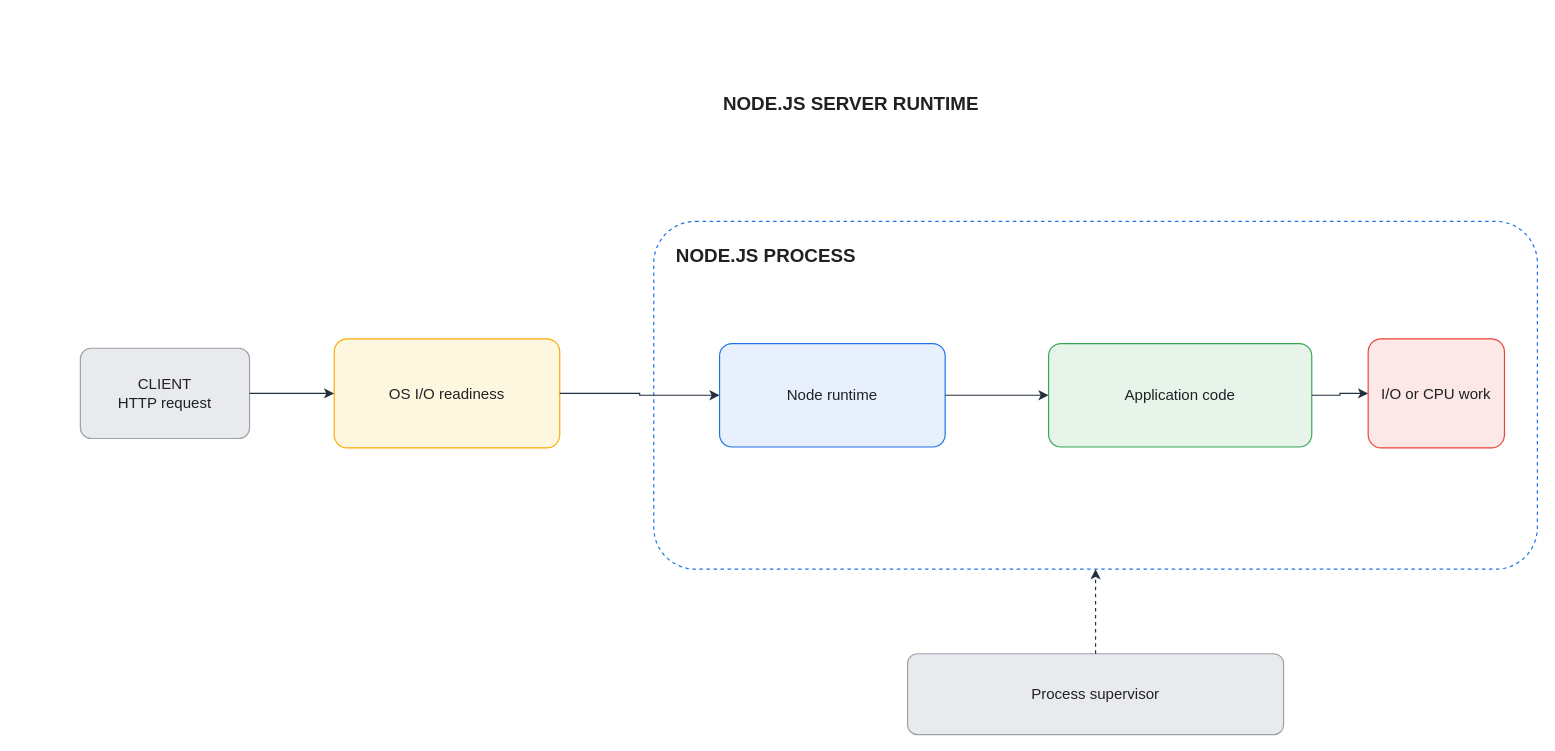
Before: assets/img/nodejs/nodejs-server-runtime-overview.drawio in KKamJi98/kkamji98.github.io, a draw.io diagram. Source tidied: cells renumbered, new cells numbered last; positions are measured from the earlier drawing's top-left corner, leaving out a move shared by most shapes. Both pictures are drawn from the tidied source at 94%, with x=0, y=0 at pixel (80, 80).
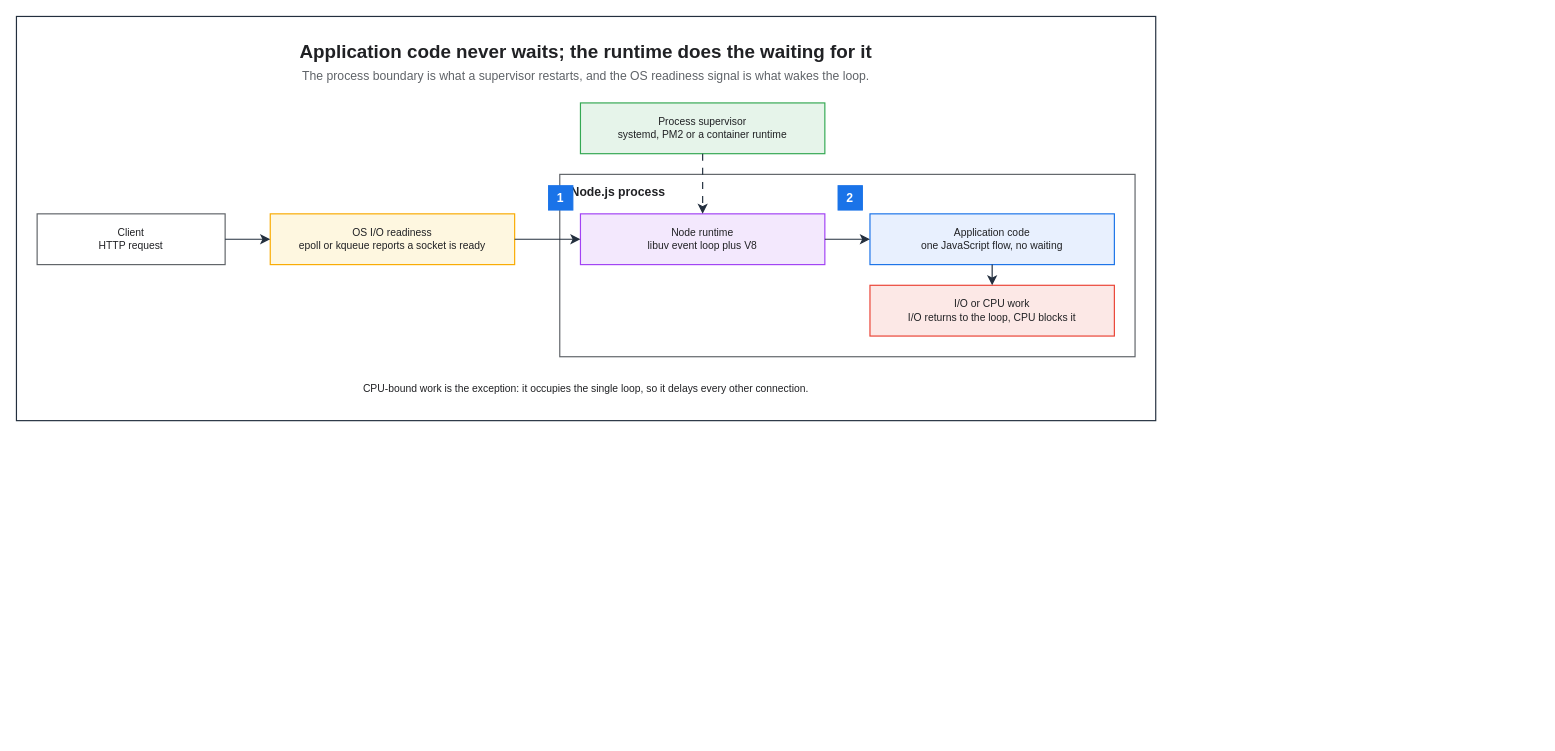
The same page after the edit.

Diff of the diagram source:
```diff
@@
 <mxGraphModel background="#FFFFFF">
   <root>
     <mxCell id="0" />
     <mxCell id="1" parent="0" />
+    <mxCell id="15" style="rounded=0;html=0;fillColor=none;strokeColor=#232F3E;fontColor=#202124;strokeWidth=1.25;" parent="1" vertex="1">
+      <mxGeometry x="-68" y="-68" width="1212" height="430" as="geometry" />
+    </mxCell>
-    <mxCell id="2" value="NODE.JS SERVER RUNTIME" style="rounded=0;whiteSpace=wrap;html=0;fillColor=none;strokeColor=none;fontColor=#202124;fontSize=20;fontStyle=1;align=center;verticalAlign=middle;" parent="1" vertex="1">
-      <mxGeometry x="560" width="520" height="48" as="geometry" />
+    <mxCell id="2" value="Application code never waits; the runtime does the waiting for it" style="text;html=0;whiteSpace=wrap;fillColor=none;strokeColor=none;fontColor=#202124;fontSize=20;fontStyle=1;align=center;verticalAlign=middle;" parent="1" vertex="1">
+      <mxGeometry x="-46" y="-46" width="1168" height="30" as="geometry" />
     </mxCell>
+    <mxCell id="16" value="The process boundary is what a supervisor restarts, and the OS readiness signal is what wakes the loop." style="text;html=0;whiteSpace=wrap;fillColor=none;strokeColor=none;fontColor=#5F6368;fontSize=13;fontStyle=0;align=center;verticalAlign=middle;" parent="1" vertex="1">
+      <mxGeometry x="-46" y="-16" width="1168" height="22" as="geometry" />
+    </mxCell>
+    <mxCell id="5" value="Node.js process" style="rounded=0;whiteSpace=wrap;html=0;fillColor=none;strokeColor=#5F6368;fontColor=#202124;fontSize=13;fontStyle=1;align=left;verticalAlign=top;spacingLeft=10;spacingTop=4;strokeWidth=1.25;dashed=0;" parent="1" vertex="1">
+      <mxGeometry x="510" y="100" width="612" height="194" as="geometry" />
+    </mxCell>
-    <mxCell id="3" value="CLIENT&#10;HTTP request" style="rounded=1;arcSize=12;whiteSpace=wrap;html=0;fillColor=#E8EAED;strokeColor=#9AA0A6;strokeWidth=1.25;fontColor=#202124;fontSize=16;align=center;verticalAlign=middle;" parent="1" vertex="1">
-      <mxGeometry y="285" width="180" height="96" as="geometry" />
+    <mxCell id="3" value="Client&#10;HTTP request" style="rounded=0;whiteSpace=wrap;html=0;fillColor=#FFFFFF;strokeColor=#5F6368;fontColor=#202124;fontSize=11;fontStyle=0;align=center;verticalAlign=middle;spacingLeft=6;spacingRight=6;strokeWidth=1.25;" parent="1" vertex="1">
+      <mxGeometry x="-46" y="142" width="200" height="54" as="geometry" />
     </mxCell>
-    <mxCell id="4" value="OS I/O readiness" style="rounded=1;arcSize=12;whiteSpace=wrap;html=0;fillColor=#FEF7E0;strokeColor=#F9AB00;strokeWidth=1.25;fontColor=#202124;fontSize=16;align=center;verticalAlign=middle;" parent="1" vertex="1">
-      <mxGeometry x="270" y="275" width="240" height="116" as="geometry" />
+    <mxCell id="4" value="OS I/O readiness&#10;epoll or kqueue reports a socket is ready" style="rounded=0;whiteSpace=wrap;html=0;fillColor=#FEF7E0;strokeColor=#F9AB00;fontColor=#202124;fontSize=11;fontStyle=0;align=center;verticalAlign=middle;spacingLeft=6;spacingRight=6;strokeWidth=1.25;" parent="1" vertex="1">
+      <mxGeometry x="202" y="142" width="260" height="54" as="geometry" />
     </mxCell>
-    <mxCell id="5" value="NODE.JS PROCESS" style="rounded=1;arcSize=12;whiteSpace=wrap;html=0;fillColor=none;strokeColor=#1A73E8;strokeWidth=1.25;dashed=1;fontColor=#202124;fontSize=20;fontStyle=1;align=left;verticalAlign=top;spacingTop=18;spacingLeft=22;" parent="1" vertex="1">
-      <mxGeometry x="610" y="150" width="940" height="370" as="geometry" />
-    </mxCell>
-    <mxCell id="6" value="Node runtime" style="rounded=1;arcSize=12;whiteSpace=wrap;html=0;fillColor=#E8F0FE;strokeColor=#1A73E8;strokeWidth=1.25;fontColor=#202124;fontSize=16;align=center;verticalAlign=middle;" parent="1" vertex="1">
-      <mxGeometry x="680" y="280" width="240" height="110" as="geometry" />
+    <mxCell id="6" value="Node runtime&#10;libuv event loop plus V8" style="rounded=0;whiteSpace=wrap;html=0;fillColor=#F3E8FD;strokeColor=#A142F4;fontColor=#202124;fontSize=11;fontStyle=0;align=center;verticalAlign=middle;spacingLeft=6;spacingRight=6;strokeWidth=1.25;" parent="1" vertex="1">
+      <mxGeometry x="532" y="142" width="260" height="54" as="geometry" />
     </mxCell>
-    <mxCell id="7" value="Application code" style="rounded=1;arcSize=12;whiteSpace=wrap;html=0;fillColor=#E6F4EA;strokeColor=#34A853;strokeWidth=1.25;fontColor=#202124;fontSize=16;align=center;verticalAlign=middle;" parent="1" vertex="1">
-      <mxGeometry x="1030" y="280" width="280" height="110" as="geometry" />
+    <mxCell id="7" value="Application code&#10;one JavaScript flow, no waiting" style="rounded=0;whiteSpace=wrap;html=0;fillColor=#E8F0FE;strokeColor=#1A73E8;fontColor=#202124;fontSize=11;fontStyle=0;align=center;verticalAlign=middle;spacingLeft=6;spacingRight=6;strokeWidth=1.25;" parent="1" vertex="1">
+      <mxGeometry x="840" y="142" width="260" height="54" as="geometry" />
     </mxCell>
-    <mxCell id="8" value="I/O or CPU work" style="rounded=1;arcSize=12;whiteSpace=wrap;html=0;fillColor=#FCE8E6;strokeColor=#EA4335;strokeWidth=1.25;fontColor=#202124;fontSize=16;align=center;verticalAlign=middle;" parent="1" vertex="1">
-      <mxGeometry x="1370" y="275" width="145" height="116" as="geometry" />
-    </mxCell>
+    <mxCell id="17" value="I/O or CPU work&#10;I/O returns to the loop, CPU blocks it" style="rounded=0;whiteSpace=wrap;html=0;fillColor=#FCE8E6;strokeColor=#EA4335;fontColor=#202124;fontSize=11;fontStyle=0;align=center;verticalAlign=middle;spacingLeft=6;spacingRight=6;strokeWidth=1.25;" parent="1" vertex="1">
+      <mxGeometry x="840" y="218" width="260" height="54" as="geometry" />
+    </mxCell>
-    <mxCell id="9" value="Process supervisor" style="rounded=1;arcSize=12;whiteSpace=wrap;html=0;fillColor=#E8EAED;strokeColor=#9AA0A6;strokeWidth=1.25;fontColor=#202124;fontSize=16;align=center;verticalAlign=middle;" parent="1" vertex="1">
-      <mxGeometry x="880" y="610" width="400" height="86" as="geometry" />
+    <mxCell id="9" value="Process supervisor&#10;systemd, PM2 or a container runtime" style="rounded=0;whiteSpace=wrap;html=0;fillColor=#E6F4EA;strokeColor=#34A853;fontColor=#202124;fontSize=11;fontStyle=0;align=center;verticalAlign=middle;spacingLeft=6;spacingRight=6;strokeWidth=1.25;" parent="1" vertex="1">
+      <mxGeometry x="532" y="24" width="260" height="54" as="geometry" />
     </mxCell>
+    <mxCell id="18" value="CPU-bound work is the exception: it occupies the single loop, so it delays every other connection." style="text;html=0;whiteSpace=wrap;fillColor=none;strokeColor=none;fontColor=#202124;fontSize=11;fontStyle=0;align=center;verticalAlign=middle;" parent="1" vertex="1">
+      <mxGeometry x="-46" y="316" width="1168" height="24" as="geometry" />
+    </mxCell>
+    <mxCell id="19" value="1" style="rounded=0;whiteSpace=wrap;html=0;fillColor=#1A73E8;strokeColor=#1A73E8;fontColor=#FFFFFF;fontSize=13;fontStyle=1;align=center;verticalAlign=middle;" parent="1" vertex="1">
+      <mxGeometry x="498" y="112" width="26" height="26" as="geometry" />
+    </mxCell>
+    <mxCell id="20" value="2" style="rounded=0;whiteSpace=wrap;html=0;fillColor=#1A73E8;strokeColor=#1A73E8;fontColor=#FFFFFF;fontSize=13;fontStyle=1;align=center;verticalAlign=middle;" parent="1" vertex="1">
+      <mxGeometry x="806" y="112" width="26" height="26" as="geometry" />
+    </mxCell>
-    <mxCell id="10" style="edgeStyle=orthogonalEdgeStyle;rounded=0;html=0;strokeColor=#232F3E;strokeWidth=1.25;fontColor=#202124;fontSize=11;labelBackgroundColor=none;exitX=1;exitY=0.5;entryX=0;entryY=0.5;endSize=7;" parent="1" edge="1" source="3" target="4">
+    <mxCell id="10" style="edgeStyle=orthogonalEdgeStyle;rounded=0;html=0;strokeColor=#232F3E;strokeWidth=1.25;endArrow=classic;endFill=1;endSize=7;fontSize=11;fontColor=#202124;labelBackgroundColor=none;jettySize=14;exitX=1;exitY=0.5;entryX=0;entryY=0.5;exitDx=0;exitDy=0;entryDx=0;entryDy=0;" parent="1" edge="1" source="3" target="4">
       <mxGeometry relative="1" as="geometry" />
     </mxCell>
-    <mxCell id="11" style="edgeStyle=orthogonalEdgeStyle;rounded=0;html=0;strokeColor=#232F3E;strokeWidth=1.25;fontColor=#202124;fontSize=11;labelBackgroundColor=none;exitX=1;exitY=0.5;entryX=0;entryY=0.5;endSize=7;" parent="1" edge="1" source="4" target="6">
+    <mxCell id="11" style="edgeStyle=orthogonalEdgeStyle;rounded=0;html=0;strokeColor=#232F3E;strokeWidth=1.25;endArrow=classic;endFill=1;endSize=7;fontSize=11;fontColor=#202124;labelBackgroundColor=none;jettySize=14;exitX=1;exitY=0.5;entryX=0;entryY=0.5;exitDx=0;exitDy=0;entryDx=0;entryDy=0;" parent="1" edge="1" source="4" target="6">
       <mxGeometry relative="1" as="geometry" />
     </mxCell>
-    <mxCell id="12" style="edgeStyle=orthogonalEdgeStyle;rounded=0;html=0;strokeColor=#232F3E;strokeWidth=1.25;fontColor=#202124;fontSize=11;labelBackgroundColor=none;exitX=1;exitY=0.5;entryX=0;entryY=0.5;endSize=7;" parent="1" edge="1" source="6" target="7">
+    <mxCell id="12" style="edgeStyle=orthogonalEdgeStyle;rounded=0;html=0;strokeColor=#232F3E;strokeWidth=1.25;endArrow=classic;endFill=1;endSize=7;fontSize=11;fontColor=#202124;labelBackgroundColor=none;jettySize=14;exitX=1;exitY=0.5;entryX=0;entryY=0.5;exitDx=0;exitDy=0;entryDx=0;entryDy=0;" parent="1" edge="1" source="6" target="7">
       <mxGeometry relative="1" as="geometry" />
     </mxCell>
-    <mxCell id="13" style="edgeStyle=orthogonalEdgeStyle;rounded=0;html=0;strokeColor=#232F3E;strokeWidth=1.25;fontColor=#202124;fontSize=11;labelBackgroundColor=none;exitX=1;exitY=0.5;entryX=0;entryY=0.5;endSize=7;" parent="1" edge="1" source="7" target="8">
-      <mxGeometry relative="1" as="geometry" />
-    </mxCell>
-    <mxCell id="14" style="edgeStyle=orthogonalEdgeStyle;rounded=0;html=0;dashed=1;strokeColor=#232F3E;strokeWidth=1.25;fontColor=#202124;fontSize=11;labelBackgroundColor=none;exitX=0.5;exitY=0;entryX=0.5;entryY=1;endSize=7;" parent="1" edge="1" source="9" target="5">
-      <mxGeometry relative="1" as="geometry" />
-    </mxCell>
+    <mxCell id="21" style="edgeStyle=orthogonalEdgeStyle;rounded=0;html=0;strokeColor=#232F3E;strokeWidth=1.25;endArrow=classic;endFill=1;endSize=7;fontSize=11;fontColor=#202124;labelBackgroundColor=none;jettySize=14;exitX=0.5;exitY=1;entryX=0.5;entryY=0;exitDx=0;exitDy=0;entryDx=0;entryDy=0;" parent="1" edge="1" source="7" target="17">
+      <mxGeometry relative="1" as="geometry" />
+    </mxCell>
+    <mxCell id="22" style="edgeStyle=orthogonalEdgeStyle;rounded=0;html=0;strokeColor=#232F3E;strokeWidth=1.25;endArrow=classic;endFill=1;endSize=7;fontSize=11;fontColor=#202124;labelBackgroundColor=none;jettySize=14;dashed=1;dashPattern=6 6;exitX=0.5;exitY=1;entryX=0.5;entryY=0;exitDx=0;exitDy=0;entryDx=0;entryDy=0;" parent="1" edge="1" source="9" target="6">
+      <mxGeometry relative="1" as="geometry" />
+    </mxCell>
   </root>
 </mxGraphModel>
```
